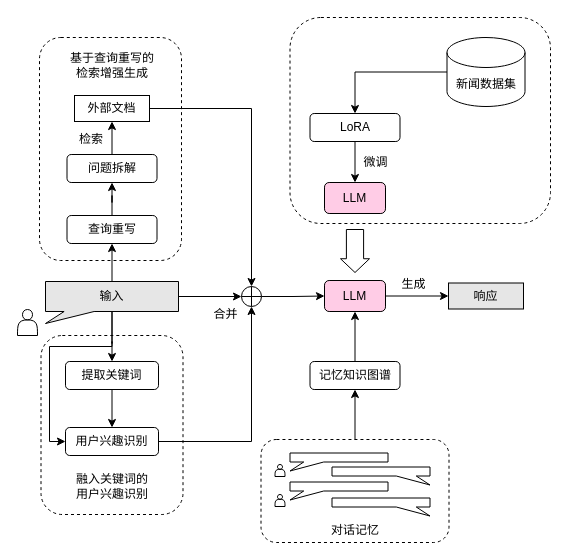
Before: 开题/基于大模型微调的个性化新闻对话系统技术路线图.drawio in nekomiamia/Draw.io, a draw.io diagram. Source tidied: cells renumbered, new cells numbered last; positions are measured from the earlier drawing's top-left corner, leaving out a move shared by most shapes. Both pictures are drawn from the tidied source at 100%, with x=0, y=0 at pixel (17, 17).
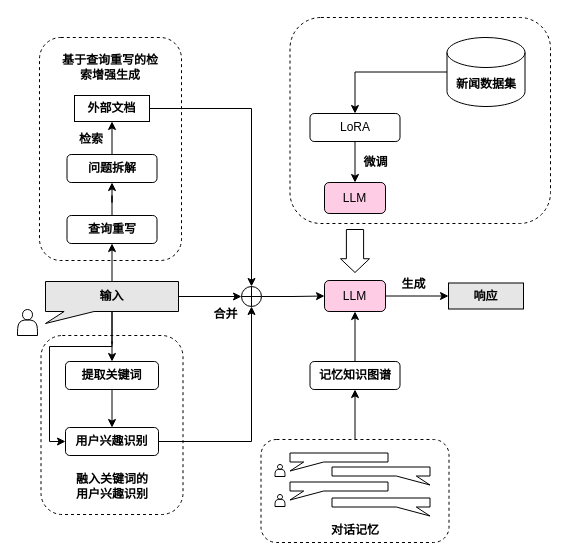
The same page after the edit.

Commit message (it also covers changes not shown here):
更新基于大模型微调的个性化新闻对话系统技术路线图.drawio

Diff of the diagram source:
```diff
@@
-    <mxCell id="10" value="输入" style="shape=callout;whiteSpace=wrap;html=1;perimeter=calloutPerimeter;position2=0;size=12;position=0.14;base=30;fontFamily=宋体;fillColor=#E6E6E6;" parent="1" vertex="1">
+    <mxCell id="10" value="输入" style="shape=callout;whiteSpace=wrap;html=1;perimeter=calloutPerimeter;position2=0;size=12;position=0.14;base=30;fontFamily=宋体;fillColor=#E6E6E6;fontStyle=1;" parent="1" vertex="1">
       <mxGeometry x="28" y="264" width="133" height="42" as="geometry" />
     </mxCell>
@@
-    <mxCell id="14" value="查询重写" style="rounded=1;whiteSpace=wrap;html=1;fontFamily=宋体;" parent="1" vertex="1">
+    <mxCell id="14" value="查询重写" style="rounded=1;whiteSpace=wrap;html=1;fontFamily=宋体;fontStyle=1;" parent="1" vertex="1">
       <mxGeometry x="49.5" y="198" width="90" height="28" as="geometry" />
     </mxCell>
@@
-    <mxCell id="16" value="问题拆解" style="rounded=1;whiteSpace=wrap;html=1;fontFamily=宋体;" parent="1" vertex="1">
+    <mxCell id="16" value="问题拆解" style="rounded=1;whiteSpace=wrap;html=1;fontFamily=宋体;fontStyle=1;" parent="1" vertex="1">
       <mxGeometry x="49.5" y="137" width="90" height="28" as="geometry" />
     </mxCell>
@@
-    <mxCell id="18" value="外部文档" style="rounded=0;whiteSpace=wrap;html=1;fontFamily=宋体;" parent="1" vertex="1">
+    <mxCell id="18" value="外部文档" style="rounded=0;whiteSpace=wrap;html=1;fontFamily=宋体;fontStyle=1;" parent="1" vertex="1">
       <mxGeometry x="57" y="78" width="75" height="26" as="geometry" />
     </mxCell>
-    <mxCell id="19" value="检索" style="text;html=1;align=center;verticalAlign=middle;whiteSpace=wrap;rounded=0;fontFamily=宋体;" parent="1" vertex="1">
+    <mxCell id="19" value="检索" style="text;html=1;align=center;verticalAlign=middle;whiteSpace=wrap;rounded=0;fontFamily=宋体;fontStyle=1;" parent="1" vertex="1">
       <mxGeometry x="44" y="107" width="60" height="30" as="geometry" />
     </mxCell>
-    <mxCell id="20" value="基于查询重写的检索增强生成" style="text;html=1;align=center;verticalAlign=middle;whiteSpace=wrap;rounded=0;fontFamily=宋体;" parent="1" vertex="1">
-      <mxGeometry x="50.5" y="20" width="88" height="56" as="geometry" />
+    <mxCell id="20" value="基于查询重写的检索增强生成" style="text;html=1;align=center;verticalAlign=middle;whiteSpace=wrap;rounded=0;fontFamily=宋体;fontStyle=1;" parent="1" vertex="1">
+      <mxGeometry x="42.2" y="22" width="101.5" height="56" as="geometry" />
     </mxCell>
@@
-    <mxCell id="22" value="提取关键词" style="rounded=1;whiteSpace=wrap;html=1;fontFamily=宋体;" parent="1" vertex="1">
+    <mxCell id="22" value="提取关键词" style="rounded=1;whiteSpace=wrap;html=1;fontFamily=宋体;fontStyle=1;" parent="1" vertex="1">
       <mxGeometry x="48" y="344" width="93" height="28" as="geometry" />
     </mxCell>
@@
-    <mxCell id="24" value="用户兴趣识别" style="rounded=1;whiteSpace=wrap;html=1;fontFamily=宋体;" parent="1" vertex="1">
+    <mxCell id="24" value="用户兴趣识别" style="rounded=1;whiteSpace=wrap;html=1;fontFamily=宋体;fontStyle=1;" parent="1" vertex="1">
       <mxGeometry x="48" y="410" width="93" height="28" as="geometry" />
     </mxCell>
-    <mxCell id="25" value="融入关键词的用户兴趣识别" style="text;html=1;align=center;verticalAlign=middle;whiteSpace=wrap;rounded=0;fontFamily=宋体;" parent="1" vertex="1">
+    <mxCell id="25" value="融入关键词的用户兴趣识别" style="text;html=1;align=center;verticalAlign=middle;whiteSpace=wrap;rounded=0;fontFamily=宋体;fontStyle=1;" parent="1" vertex="1">
       <mxGeometry x="54.8" y="447" width="79.5" height="43" as="geometry" />
     </mxCell>
@@
-    <mxCell id="28" value="合并" style="text;html=1;align=center;verticalAlign=middle;whiteSpace=wrap;rounded=0;fontFamily=宋体;" parent="1" vertex="1">
+    <mxCell id="28" value="合并" style="text;html=1;align=center;verticalAlign=middle;whiteSpace=wrap;rounded=0;fontFamily=宋体;fontStyle=1;" parent="1" vertex="1">
       <mxGeometry x="187" y="285" width="43" height="24" as="geometry" />
     </mxCell>
-    <mxCell id="29" value="响应" style="rounded=0;whiteSpace=wrap;html=1;fontFamily=宋体;fillColor=#E6E6E6;" parent="1" vertex="1">
+    <mxCell id="29" value="响应" style="rounded=0;whiteSpace=wrap;html=1;fontFamily=宋体;fillColor=#E6E6E6;fontStyle=1;" parent="1" vertex="1">
       <mxGeometry x="431" y="265.5" width="75" height="26" as="geometry" />
     </mxCell>
-    <mxCell id="30" value="生成" style="text;html=1;align=center;verticalAlign=middle;whiteSpace=wrap;rounded=0;fontFamily=宋体;" parent="1" vertex="1">
+    <mxCell id="30" value="生成" style="text;html=1;align=center;verticalAlign=middle;whiteSpace=wrap;rounded=0;fontFamily=宋体;fontStyle=1;" parent="1" vertex="1">
       <mxGeometry x="375" y="255" width="43" height="24" as="geometry" />
     </mxCell>
@@
-    <mxCell id="39" value="对话记忆" style="text;html=1;align=center;verticalAlign=middle;whiteSpace=wrap;rounded=0;fontFamily=宋体;" parent="1" vertex="1">
+    <mxCell id="39" value="对话记忆" style="text;html=1;align=center;verticalAlign=middle;whiteSpace=wrap;rounded=0;fontFamily=宋体;fontStyle=1;" parent="1" vertex="1">
       <mxGeometry x="302.5" y="501" width="70" height="24" as="geometry" />
     </mxCell>
@@
-    <mxCell id="41" value="记忆知识图谱" style="rounded=1;whiteSpace=wrap;html=1;fontFamily=宋体;" parent="1" vertex="1">
+    <mxCell id="41" value="记忆知识图谱" style="rounded=1;whiteSpace=wrap;html=1;fontFamily=宋体;fontStyle=1;" parent="1" vertex="1">
       <mxGeometry x="292.5" y="344" width="90" height="28" as="geometry" />
     </mxCell>
@@
-    <mxCell id="45" value="新闻数据集" style="shape=cylinder3;whiteSpace=wrap;html=1;boundedLbl=1;backgroundOutline=1;size=15;fontFamily=宋体;" parent="1" vertex="1">
+    <mxCell id="45" value="新闻数据集" style="shape=cylinder3;whiteSpace=wrap;html=1;boundedLbl=1;backgroundOutline=1;size=15;fontFamily=宋体;fontStyle=1;" parent="1" vertex="1">
       <mxGeometry x="429.5" y="20" width="78" height="69" as="geometry" />
     </mxCell>
@@
-    <mxCell id="48" value="微调" style="text;html=1;align=center;verticalAlign=middle;whiteSpace=wrap;rounded=0;fontFamily=宋体;" parent="1" vertex="1">
+    <mxCell id="48" value="微调" style="text;html=1;align=center;verticalAlign=middle;whiteSpace=wrap;rounded=0;fontFamily=宋体;fontStyle=1;" parent="1" vertex="1">
       <mxGeometry x="337" y="133" width="43" height="24" as="geometry" />
     </mxCell>
```
